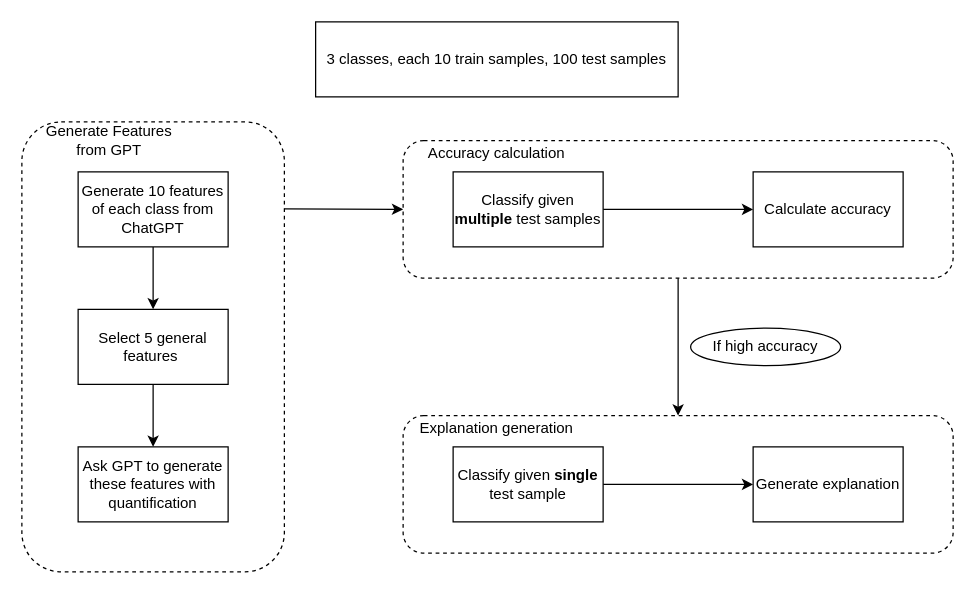
Above: misc/pipeline/explain_by_GPT.drawio in lab992/Generate_explanations_for_classification_by_ChatGPT (draw.io), before the change. Source tidied: cells renumbered, new cells numbered last; positions are measured from the earlier drawing's top-left corner, leaving out a move shared by most shapes. Both pictures are drawn from the tidied source at 125%, with x=0, y=0 at pixel (21, 21).
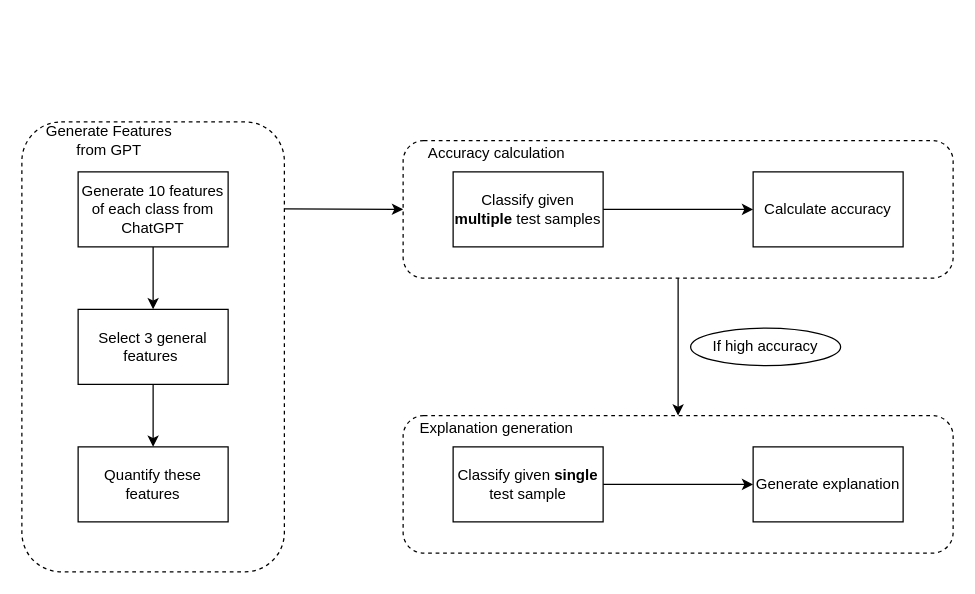
The same diagram, later.

What changed in the source:
```diff
@@
-    <mxCell id="2" value="3 classes, each 10 train samples, 100 test samples" style="rounded=0;whiteSpace=wrap;html=1;" parent="1" vertex="1">
-      <mxGeometry x="235" width="290" height="60" as="geometry" />
-    </mxCell>
@@
-    <mxCell id="6" value="Ask GPT to generate these features with quantification" style="rounded=0;whiteSpace=wrap;html=1;" parent="1" vertex="1">
+    <mxCell id="6" value="Quantify these features" style="rounded=0;whiteSpace=wrap;html=1;" parent="1" vertex="1">
       <mxGeometry x="45" y="340" width="120" height="60" as="geometry" />
     </mxCell>
@@
-    <mxCell id="8" value="Select 5 general features&amp;nbsp;" style="rounded=0;whiteSpace=wrap;html=1;" parent="1" vertex="1">
+    <mxCell id="8" value="Select 3 general features&amp;nbsp;" style="rounded=0;whiteSpace=wrap;html=1;" parent="1" vertex="1">
       <mxGeometry x="45" y="230" width="120" height="60" as="geometry" />
     </mxCell>
@@
-    <mxCell id="11" style="rounded=1;whiteSpace=wrap;html=1;fillColor=none;dashed=1;" parent="1" vertex="1">
-      <mxGeometry y="80" width="210" height="360" as="geometry" />
-    </mxCell>
@@
+    <mxCell id="11" style="rounded=1;whiteSpace=wrap;html=1;fillColor=none;dashed=1;" parent="1" vertex="1">
+      <mxGeometry y="80" width="210" height="360" as="geometry" />
+    </mxCell>
```
